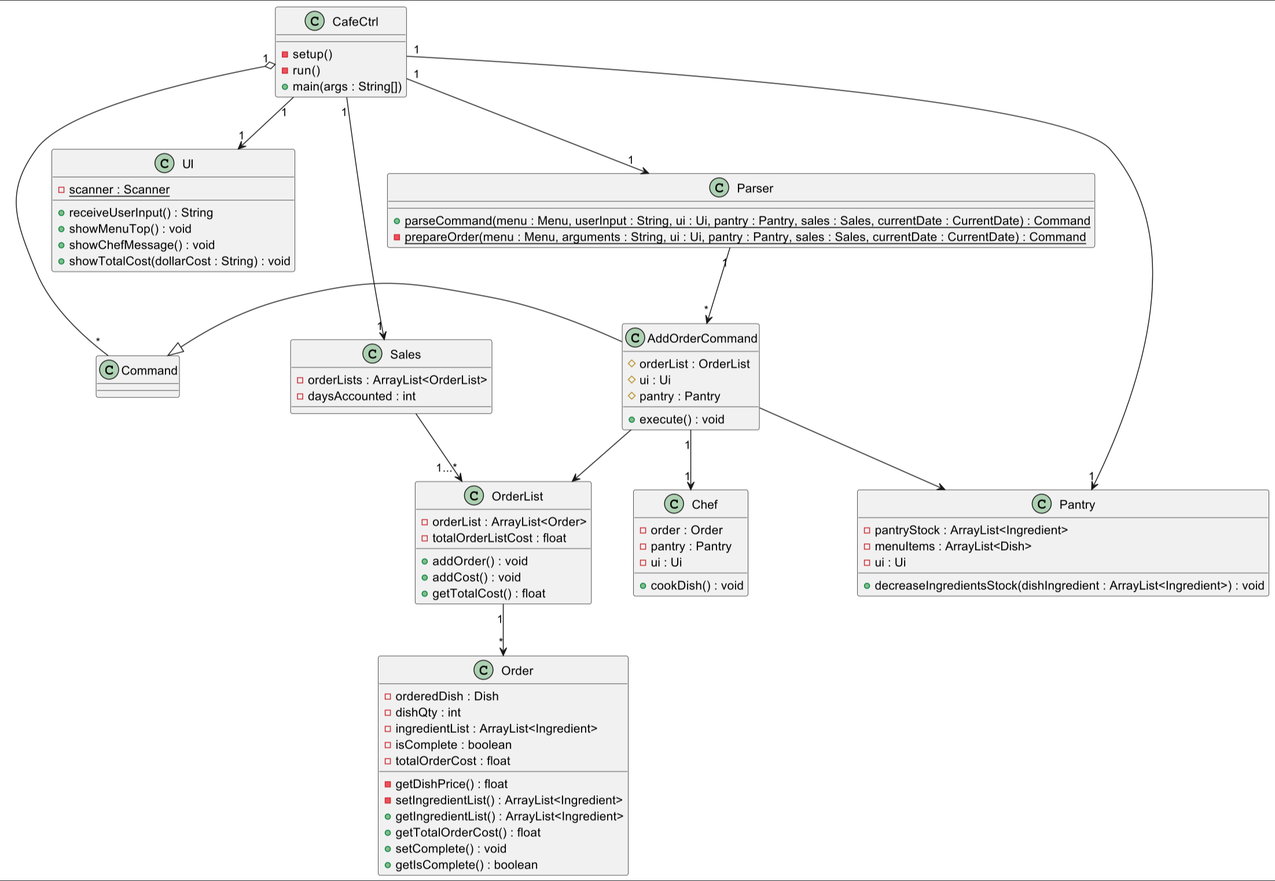
Above: docs/images/class/AddOrderCommandClass.png in nus-cs2113-AY2324S1/tp (PlantUML), before the change. Its source is kept beside it as docs/diagrams/class/AddOrderCommandClass.puml. Source of this version:
```plantuml
@startuml

CafeCtrl "1" --> "1" UI
CafeCtrl "1" --> "1" Parser
CafeCtrl "1" --> "1" Sales
CafeCtrl "1" --> "1" Pantry
CafeCtrl "1" o-- "*" Command

Command <|- AddOrderCommand
Parser "1" --> "*" AddOrderCommand
AddOrderCommand --> OrderList
AddOrderCommand "1" --> "1" Chef
AddOrderCommand --> Pantry
OrderList "1" --> "*" Order
Sales --> "1...*" OrderList

class CafeCtrl {
- setup()
- run()
+ main(args : String[])
}

class Command {

}

class UI {
{static} - scanner : Scanner
+ receiveUserInput() : String
+ showMenuTop() : void
+ showChefMessage() : void
+ showTotalCost(dollarCost : String) : void
}

class AddOrderCommand {
# orderList : OrderList
# ui : Ui
# pantry : Pantry
+ execute() : void
}

class Parser {
{static} + parseCommand(menu : Menu, userInput : String, ui : Ui, pantry : Pantry, sales : Sales, currentDate : CurrentDate) : Command
{static} - prepareOrder(menu : Menu, arguments : String, ui : Ui, pantry : Pantry, sales : Sales, currentDate : CurrentDate) : Command
}

class OrderList {
- orderList : ArrayList<Order>
- totalOrderListCost : float
+ addOrder() : void
+ addCost() : void
+ getTotalCost() : float
}

class Order {
- orderedDish : Dish
- dishQty : int
- ingredientList : ArrayList<Ingredient>
- isComplete : boolean
- totalOrderCost : float
- getDishPrice() : float
- setIngredientList() : ArrayList<Ingredient>
+ getIngredientList() : ArrayList<Ingredient>
+ getTotalOrderCost() : float
+ setComplete() : void
+ getIsComplete() : boolean
}

class Chef {
- order : Order
- pantry : Pantry
- ui : Ui
+ cookDish() : void
}

class Pantry {
- pantryStock : ArrayList<Ingredient>
- menuItems : ArrayList<Dish>
- ui : Ui
+ decreaseIngredientsStock(dishIngredient : ArrayList<Ingredient>) : void
}

class Sales {
- orderLists : ArrayList<OrderList>
- daysAccounted : int
}

@enduml
```
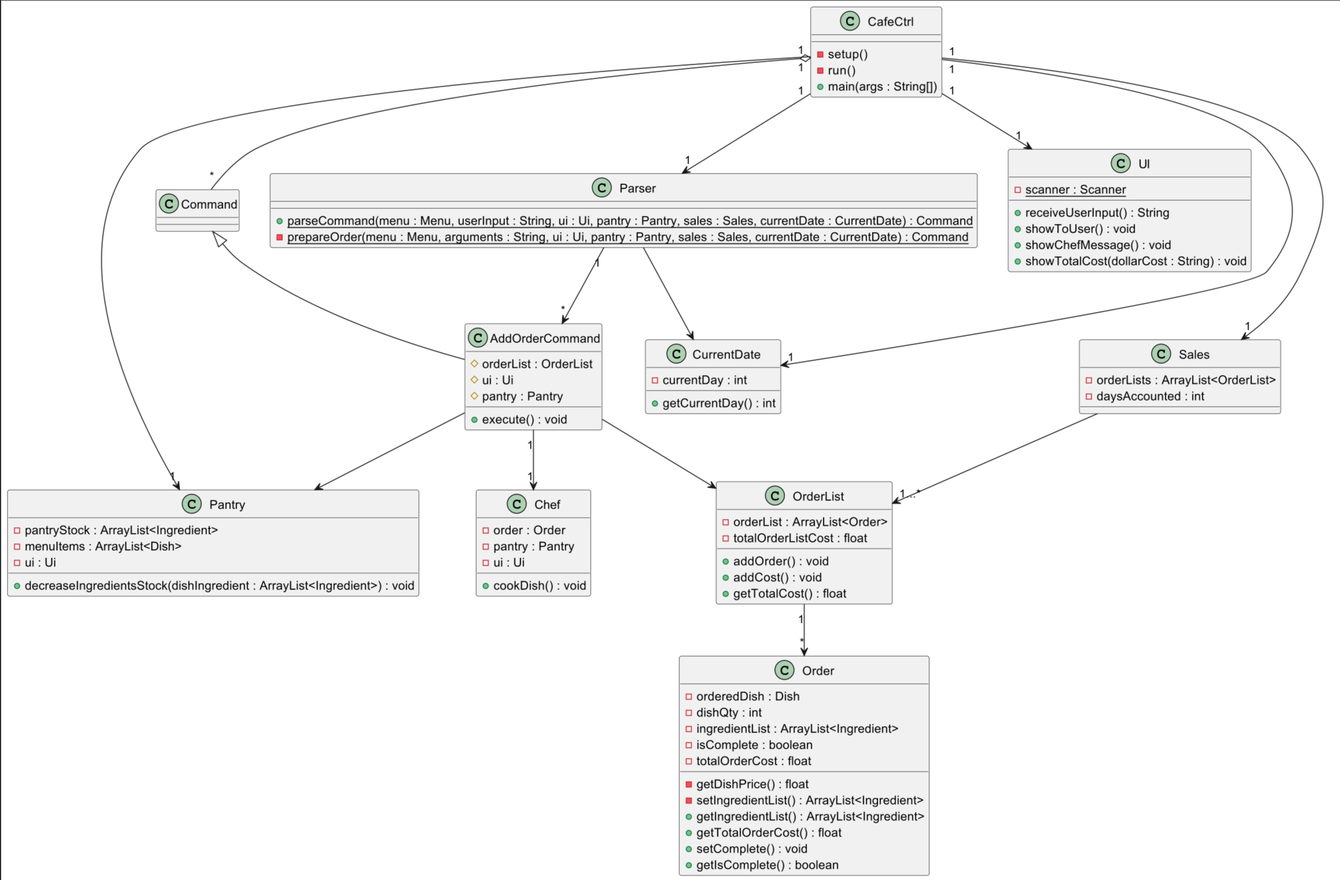
After the commit.

The edit, as a diff of the source:
```diff
@@ -4,10 +4,12 @@
 CafeCtrl "1" --> "1" Parser
 CafeCtrl "1" --> "1" Sales
 CafeCtrl "1" --> "1" Pantry
+CafeCtrl "1" --> "1" CurrentDate
 CafeCtrl "1" o-- "*" Command
 
 Command <|- AddOrderCommand
 Parser "1" --> "*" AddOrderCommand
+Parser --> CurrentDate
 AddOrderCommand --> OrderList
 AddOrderCommand "1" --> "1" Chef
 AddOrderCommand --> Pantry
@@ -27,7 +29,7 @@
 class UI {
 {static} - scanner : Scanner
 + receiveUserInput() : String
-+ showMenuTop() : void
++ showToUser() : void
 + showChefMessage() : void
 + showTotalCost(dollarCost : String) : void
 }
@@ -85,4 +87,9 @@
 - daysAccounted : int
 }
 
+class CurrentDate {
+- currentDay : int
++ getCurrentDay() : int
+}
+
 @enduml
```
